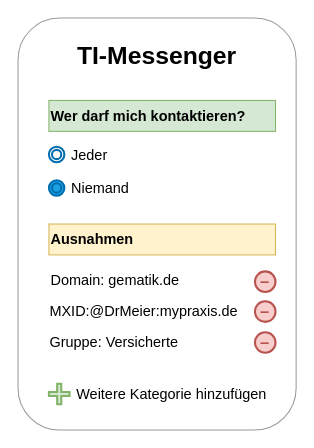
gematik/api-ti-messenger keeps this draw.io diagram as src/images/TI-M_Pro/Berechtigung_UI.drawio. Above is the earlier version. Source tidied: cells renumbered, new cells numbered last; positions are measured from the earlier drawing's top-left corner, leaving out a move shared by most shapes. Both pictures are drawn from the tidied source at 103%, with x=0, y=0 at pixel (18, 18).
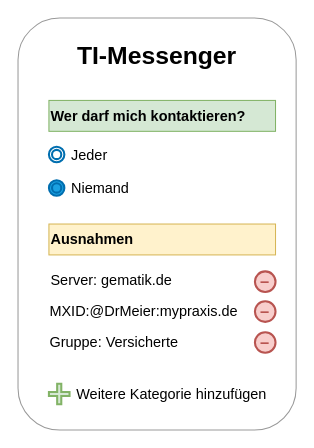
Above is the later version.

Unchanged cells that the change refers to:
```xml
<mxCell id="12" style="group;" parent="11" vertex="1">
  <mxGeometry width="210" height="30" as="geometry" />
</mxCell>
```

The edit, as a diff of the source:
```diff
@@
-    <mxCell id="14" value="&lt;font style=&quot;font-size: 14.04px;&quot;&gt;Domain: gematik.de&lt;/font&gt;" style="text;html=1;align=left;verticalAlign=middle;whiteSpace=wrap;rounded=0;" parent="12" vertex="1">
+    <mxCell id="14" value="&lt;font style=&quot;font-size: 14.04px;&quot;&gt;Server: gematik.de&lt;/font&gt;" style="text;html=1;align=left;verticalAlign=middle;whiteSpace=wrap;rounded=0;" parent="12" vertex="1">
       <mxGeometry width="190" height="30" as="geometry" />
     </mxCell>
```
